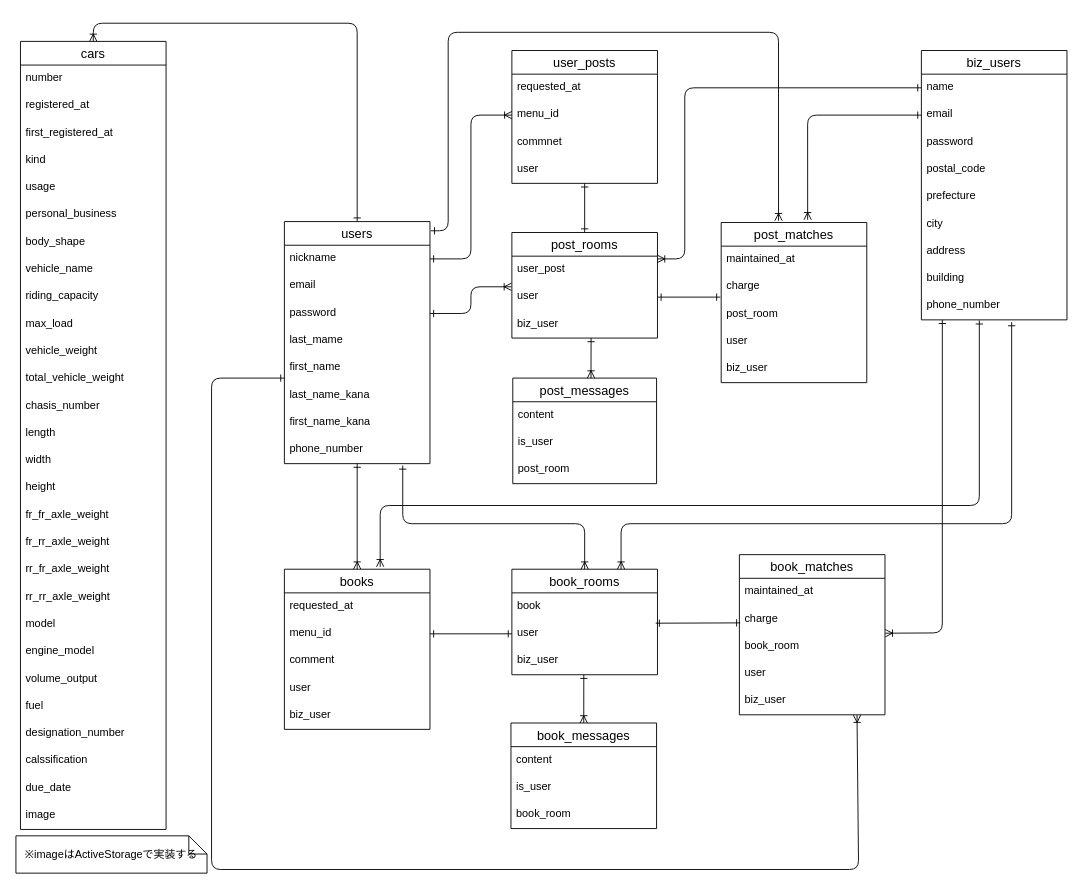
Matsuo556/mente-match keeps this draw.io diagram as er.dio. Above is the earlier version. Source tidied: cells renumbered, new cells numbered last; positions are measured from the earlier drawing's top-left corner, leaving out a move shared by most shapes. Both pictures are drawn from the tidied source at 91%, with x=0, y=0 at pixel (15, 23).
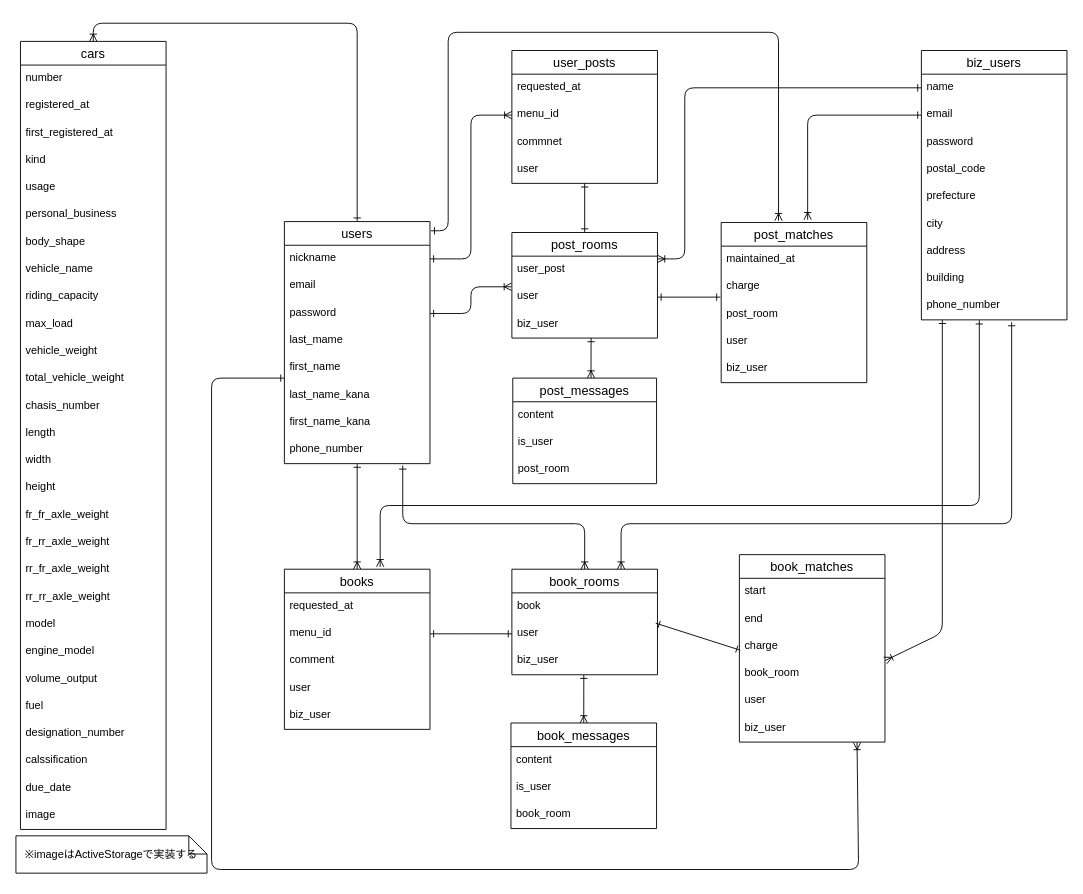
The same diagram, later.

Change to the diagram source:
```diff
@@
     <mxCell id="84" value="book_matches" style="swimlane;fontStyle=0;horizontal=1;startSize=26;align=center;fontSize=14;" parent="1" vertex="1">
-      <mxGeometry x="795" y="584" width="160" height="176" as="geometry" />
+      <mxGeometry x="795" y="584" width="160" height="206" as="geometry" />
     </mxCell>
-    <mxCell id="85" value="maintained_at" style="text;strokeColor=none;fillColor=none;spacingLeft=4;spacingRight=4;overflow=hidden;fontSize=12;" parent="84" vertex="1">
+    <mxCell id="85" value="start" style="text;strokeColor=none;fillColor=none;spacingLeft=4;spacingRight=4;overflow=hidden;fontSize=12;" parent="84" vertex="1">
       <mxGeometry y="26" width="160" height="30" as="geometry" />
     </mxCell>
+    <mxCell id="108" value="end" style="text;strokeColor=none;fillColor=none;spacingLeft=4;spacingRight=4;overflow=hidden;fontSize=12;" parent="84" vertex="1">
+      <mxGeometry y="56" width="160" height="30" as="geometry" />
+    </mxCell>
     <mxCell id="86" value="charge" style="text;strokeColor=none;fillColor=none;spacingLeft=4;spacingRight=4;overflow=hidden;points=[[0,0.5],[1,0.5]];portConstraint=eastwest;fontSize=12;" parent="84" vertex="1">
-      <mxGeometry y="56" width="160" height="30" as="geometry" />
+      <mxGeometry y="86" width="160" height="30" as="geometry" />
     </mxCell>
     <mxCell id="87" value="book_room" style="text;strokeColor=none;fillColor=none;spacingLeft=4;spacingRight=4;overflow=hidden;points=[[0,0.5],[1,0.5]];portConstraint=eastwest;fontSize=12;" parent="84" vertex="1">
-      <mxGeometry y="86" width="160" height="30" as="geometry" />
+      <mxGeometry y="116" width="160" height="30" as="geometry" />
     </mxCell>
     <mxCell id="88" value="user" style="text;strokeColor=none;fillColor=none;spacingLeft=4;spacingRight=4;overflow=hidden;fontSize=12;" parent="84" vertex="1">
-      <mxGeometry y="116" width="160" height="30" as="geometry" />
+      <mxGeometry y="146" width="160" height="30" as="geometry" />
     </mxCell>
     <mxCell id="89" value="biz_user" style="text;strokeColor=none;fillColor=none;spacingLeft=4;spacingRight=4;overflow=hidden;points=[[0,0.5],[1,0.5]];portConstraint=eastwest;fontSize=12;" parent="84" vertex="1">
-      <mxGeometry y="146" width="160" height="30" as="geometry" />
+      <mxGeometry y="176" width="160" height="30" as="geometry" />
     </mxCell>
```
